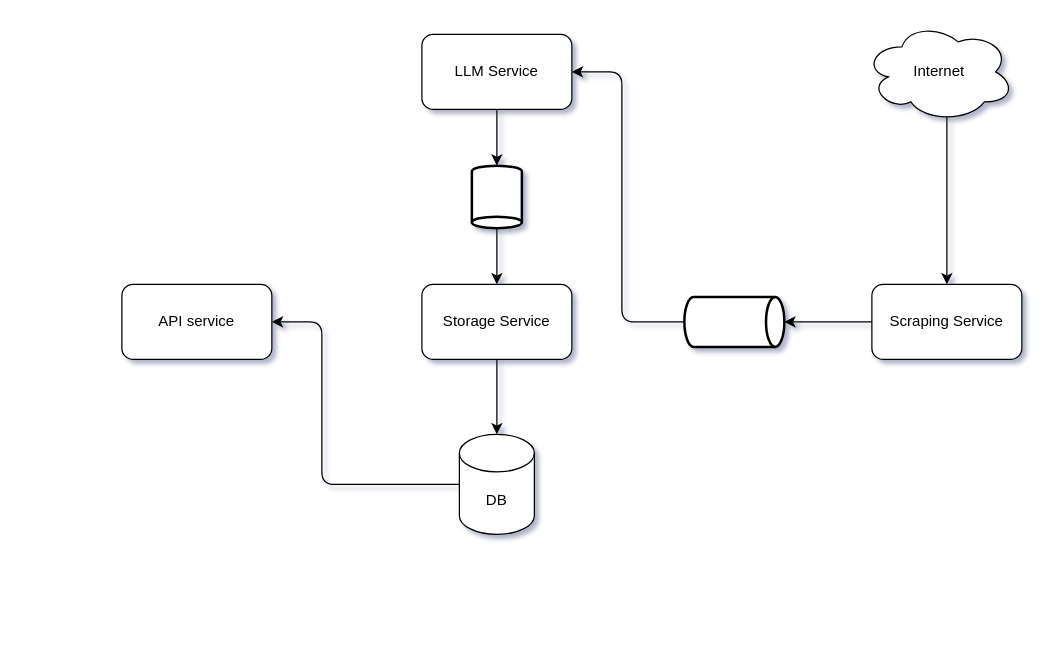
The draw.io diagram architecture.drawio in Mustapha-Innocer/news-aggregator, before the edit. Source tidied: cells renumbered, new cells numbered last; positions are measured from the earlier drawing's top-left corner, leaving out a move shared by most shapes. Both pictures are drawn from the tidied source at 125%, with x=0, y=0 at pixel (121, 21).
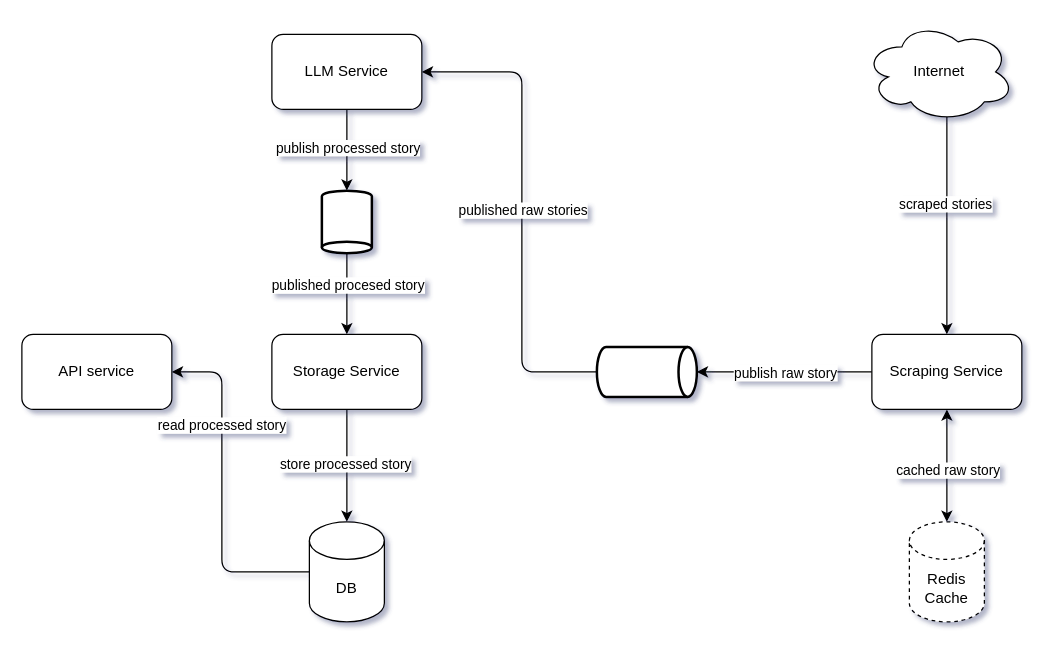
The same page after the edit.

Commit message (it also covers changes not shown here):
updated the architecture diagram

The change refers to these unchanged cells:
```xml
<mxCell id="2" style="edgeStyle=none;html=1;exitX=1;exitY=0.5;exitDx=0;exitDy=0;flowAnimation=1;" parent="1" edge="1" source="3" target="9">
  <mxGeometry relative="1" as="geometry" />
</mxCell>
<mxCell id="10" style="edgeStyle=none;html=1;exitX=0.55;exitY=0.95;exitDx=0;exitDy=0;exitPerimeter=0;entryX=0.5;entryY=0;entryDx=0;entryDy=0;fixDash=0;noJump=0;comic=0;flowAnimation=1;" parent="1" edge="1" source="11" target="3">
  <mxGeometry relative="1" as="geometry" />
</mxCell>
<mxCell id="13" style="edgeStyle=none;html=1;exitX=1;exitY=0.5;exitDx=0;exitDy=0;exitPerimeter=0;flowAnimation=1;" parent="1" edge="1" source="14" target="12">
  <mxGeometry relative="1" as="geometry" />
</mxCell>
<mxCell id="15" style="edgeStyle=none;html=1;exitX=0.5;exitY=1;exitDx=0;exitDy=0;entryX=0;entryY=0.5;entryDx=0;entryDy=0;entryPerimeter=0;flowAnimation=1;" parent="1" edge="1" source="4" target="14">
  <mxGeometry relative="1" as="geometry" />
</mxCell>
<mxCell id="16" style="edgeStyle=none;html=1;exitX=0.5;exitY=1;exitDx=0;exitDy=0;entryX=0.5;entryY=0;entryDx=0;entryDy=0;entryPerimeter=0;flowAnimation=1;" parent="1" edge="1" source="12" target="6">
  <mxGeometry relative="1" as="geometry" />
</mxCell>
```

Change to the diagram source:
```diff
@@
+    <mxCell id="17" value="publish raw story" style="edgeLabel;html=1;align=center;verticalAlign=middle;" parent="2" vertex="1">
+      <mxGeometry x="0.66" y="-1" relative="1" as="geometry">
+        <mxPoint x="26" y="1" as="offset" />
+      </mxGeometry>
+    </mxCell>
     <mxCell id="3" value="Scraping Service" style="rounded=1;whiteSpace=wrap;html=1;" parent="1" vertex="1">
-      <mxGeometry x="600" y="210" width="120" height="60" as="geometry" />
+      <mxGeometry x="600" y="250" width="120" height="60" as="geometry" />
     </mxCell>
     <mxCell id="4" value="LLM Service" style="rounded=1;whiteSpace=wrap;html=1;" parent="1" vertex="1">
-      <mxGeometry x="240" y="10" width="120" height="60" as="geometry" />
+      <mxGeometry x="120" y="10" width="120" height="60" as="geometry" />
     </mxCell>
     <mxCell id="5" style="edgeStyle=none;html=1;exitX=0;exitY=0.5;exitDx=0;exitDy=0;exitPerimeter=0;entryX=1;entryY=0.5;entryDx=0;entryDy=0;flowAnimation=1;" parent="1" edge="1" source="6" target="7">
       <mxGeometry relative="1" as="geometry">
         <Array as="points">
-          <mxPoint x="160" y="370" />
-          <mxPoint x="160" y="240" />
+          <mxPoint x="80" y="440" />
+          <mxPoint x="80" y="280" />
         </Array>
       </mxGeometry>
     </mxCell>
+    <mxCell id="18" value="read processed story" style="edgeLabel;html=1;align=center;verticalAlign=middle;" parent="5" vertex="1">
+      <mxGeometry x="0.39" y="1" relative="1" as="geometry" />
+    </mxCell>
     <mxCell id="6" value="DB" style="shape=cylinder3;whiteSpace=wrap;html=1;boundedLbl=1;backgroundOutline=1;size=15;" parent="1" vertex="1">
-      <mxGeometry x="270" y="330" width="60" height="80" as="geometry" />
+      <mxGeometry x="150" y="400" width="60" height="80" as="geometry" />
     </mxCell>
     <mxCell id="7" value="API service" style="rounded=1;whiteSpace=wrap;html=1;" parent="1" vertex="1">
-      <mxGeometry y="210" width="120" height="60" as="geometry" />
+      <mxGeometry x="-80" y="250" width="120" height="60" as="geometry" />
     </mxCell>
     <mxCell id="8" style="edgeStyle=none;html=1;exitX=0;exitY=0.5;exitDx=0;exitDy=0;exitPerimeter=0;entryX=1;entryY=0.5;entryDx=0;entryDy=0;flowAnimation=1;" parent="1" edge="1" source="9" target="4">
       <mxGeometry relative="1" as="geometry">
         <Array as="points">
-          <mxPoint x="400" y="240" />
-          <mxPoint x="400" y="40" />
+          <mxPoint x="320" y="280" />
+          <mxPoint x="320" y="40" />
         </Array>
       </mxGeometry>
     </mxCell>
+    <mxCell id="19" value="published raw stories" style="edgeLabel;html=1;align=center;verticalAlign=middle;" parent="8" vertex="1">
+      <mxGeometry x="-0.42" y="-3" relative="1" as="geometry">
+        <mxPoint x="-3" y="-80" as="offset" />
+      </mxGeometry>
+    </mxCell>
     <mxCell id="9" style="strokeWidth=2;html=1;shape=mxgraph.flowchart.direct_data;whiteSpace=wrap;" parent="1" vertex="1">
-      <mxGeometry x="450" y="220" width="80" height="40" as="geometry" />
+      <mxGeometry x="380" y="260" width="80" height="40" as="geometry" />
     </mxCell>
@@
+    <mxCell id="20" value="scraped stories" style="edgeLabel;html=1;align=center;verticalAlign=middle;" parent="10" vertex="1">
+      <mxGeometry x="-0.21" y="-2" relative="1" as="geometry" />
+    </mxCell>
@@
-    <mxCell id="12" value="Storage Service" style="rounded=1;whiteSpace=wrap;html=1;" parent="1" vertex="1">
-      <mxGeometry x="240" y="210" width="120" height="60" as="geometry" />
-    </mxCell>
@@
+    <mxCell id="21" value="published procesed story" style="edgeLabel;html=1;align=center;verticalAlign=middle;" parent="13" vertex="1">
+      <mxGeometry x="-0.32" relative="1" as="geometry">
+        <mxPoint y="3" as="offset" />
+      </mxGeometry>
+    </mxCell>
     <mxCell id="14" style="strokeWidth=2;html=1;shape=mxgraph.flowchart.direct_data;whiteSpace=wrap;rotation=90;" parent="1" vertex="1">
-      <mxGeometry x="275" y="120" width="50" height="40" as="geometry" />
+      <mxGeometry x="155" y="140" width="50" height="40" as="geometry" />
     </mxCell>
@@
+    <mxCell id="22" value="publish processed story" style="edgeLabel;html=1;align=center;verticalAlign=middle;" parent="15" vertex="1">
+      <mxGeometry x="-0.17" y="-1" relative="1" as="geometry">
+        <mxPoint x="1" y="3" as="offset" />
+      </mxGeometry>
+    </mxCell>
@@
+    <mxCell id="23" value="store processed story" style="edgeLabel;html=1;align=center;verticalAlign=middle;" parent="16" vertex="1">
+      <mxGeometry x="-0.04" y="-2" relative="1" as="geometry" />
+    </mxCell>
+    <mxCell id="24" value="Redis Cache" style="shape=cylinder3;whiteSpace=wrap;html=1;boundedLbl=1;backgroundOutline=1;size=15;dashed=1;" parent="1" vertex="1">
+      <mxGeometry x="630" y="400" width="60" height="80" as="geometry" />
+    </mxCell>
+    <mxCell id="25" style="endArrow=classic;startArrow=classic;html=1;entryX=0.5;entryY=1;entryDx=0;entryDy=0;exitX=0.5;exitY=0;exitDx=0;exitDy=0;exitPerimeter=0;flowAnimation=1;" parent="1" edge="1" source="24" target="3">
+      <mxGeometry relative="1" as="geometry" />
+    </mxCell>
+    <mxCell id="26" value="cached raw story" style="edgeLabel;html=1;align=center;verticalAlign=middle;" parent="25" vertex="1">
+      <mxGeometry x="-0.07" relative="1" as="geometry" />
+    </mxCell>
+    <mxCell id="12" value="Storage Service" style="rounded=1;whiteSpace=wrap;html=1;" parent="1" vertex="1">
+      <mxGeometry x="120" y="250" width="120" height="60" as="geometry" />
+    </mxCell>
```
